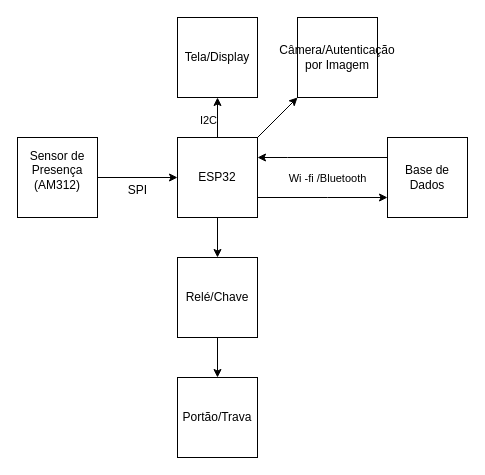
Earlier version of the draw.io diagram projetos/Diagrama sem nome.drawio (teaching-FEEC/ea075-2024.1). Source tidied: cells renumbered, new cells numbered last; positions are measured from the earlier drawing's top-left corner, leaving out a move shared by most shapes. Both pictures are drawn from the tidied source at 100%, with x=0, y=0 at pixel (17, 17).
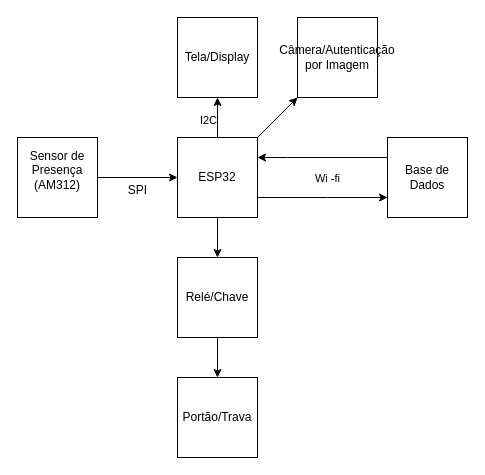
After the change.

Unchanged cells that the change refers to:
```xml
<mxCell id="9" style="edgeStyle=orthogonalEdgeStyle;rounded=0;jettySize=auto;html=1;" parent="1" edge="1" source="11" target="8">
  <mxGeometry relative="1" as="geometry">
    <Array as="points">
      <mxPoint x="270" y="140" />
      <mxPoint x="270" y="140" />
    </Array>
  </mxGeometry>
</mxCell>
```

What changed in the source:
```diff
@@
-    <mxCell id="10" value="&lt;div&gt;Wi -fi /Bluetooth&lt;br&gt;&lt;/div&gt;" style="edgeLabel;html=1;align=center;verticalAlign=middle;" parent="9" vertex="1">
+    <mxCell id="10" value="&lt;div&gt;Wi -fi&lt;br&gt;&lt;/div&gt;" style="edgeLabel;html=1;align=center;verticalAlign=middle;" parent="9" vertex="1">
       <mxGeometry x="-0.25" y="1" relative="1" as="geometry">
         <mxPoint x="-12" y="19" as="offset" />
       </mxGeometry>
     </mxCell>
```
